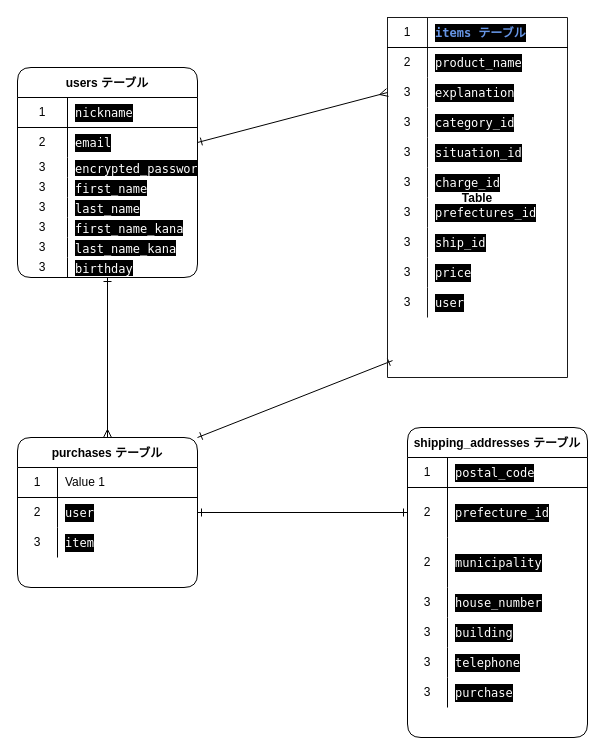
This is er.dio from umeharaharuki/furima-37874, a draw.io file, before an edit. Source tidied: cells renumbered, new cells numbered last; positions are measured from the earlier drawing's top-left corner, leaving out a move shared by most shapes. Both pictures are drawn from the tidied source at 100%, with x=0, y=0 at pixel (17, 17).
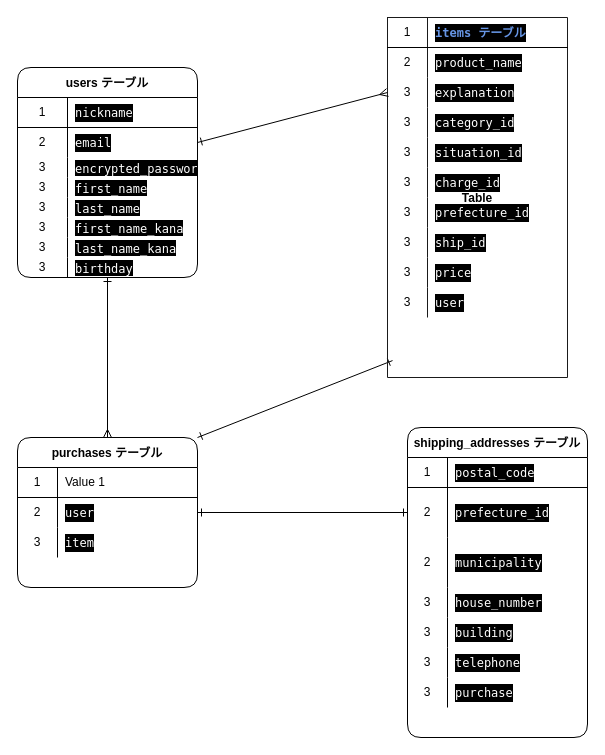
The same diagram, later.

Commit message (it also covers changes not shown here):
カラム名　修正

Unchanged cells that the change refers to:
```xml
<mxCell id="48" style="shape=partialRectangle;html=1;whiteSpace=wrap;fillColor=none;top=0;left=0;bottom=0;right=0;rounded=1;" parent="29" vertex="1">
  <mxGeometry y="180" width="180" height="30" as="geometry" />
</mxCell>
```

Diff of the diagram source:
```diff
@@
-    <mxCell id="50" value="&lt;div style=&quot;color: rgb(255 , 255 , 255) ; background-color: rgb(0 , 0 , 0) ; font-family: &amp;#34;menlo&amp;#34; , &amp;#34;monaco&amp;#34; , &amp;#34;courier new&amp;#34; , monospace ; line-height: 18px&quot;&gt;&lt;div style=&quot;font-family: &amp;#34;menlo&amp;#34; , &amp;#34;monaco&amp;#34; , &amp;#34;courier new&amp;#34; , monospace ; line-height: 18px&quot;&gt;prefectures_id&lt;/div&gt;&lt;/div&gt;" style="shape=partialRectangle;html=1;whiteSpace=wrap;fillColor=none;top=0;left=0;bottom=0;right=0;align=left;spacingLeft=6;overflow=hidden;rounded=1;" parent="48" vertex="1">
+    <mxCell id="50" value="&lt;div style=&quot;color: rgb(255 , 255 , 255) ; background-color: rgb(0 , 0 , 0) ; font-family: &amp;#34;menlo&amp;#34; , &amp;#34;monaco&amp;#34; , &amp;#34;courier new&amp;#34; , monospace ; line-height: 18px&quot;&gt;&lt;div style=&quot;font-family: &amp;#34;menlo&amp;#34; , &amp;#34;monaco&amp;#34; , &amp;#34;courier new&amp;#34; , monospace ; line-height: 18px&quot;&gt;prefecture_id&lt;/div&gt;&lt;/div&gt;" style="shape=partialRectangle;html=1;whiteSpace=wrap;fillColor=none;top=0;left=0;bottom=0;right=0;align=left;spacingLeft=6;overflow=hidden;rounded=1;" parent="48" vertex="1">
       <mxGeometry x="40" width="140" height="30" as="geometry" />
     </mxCell>
```
